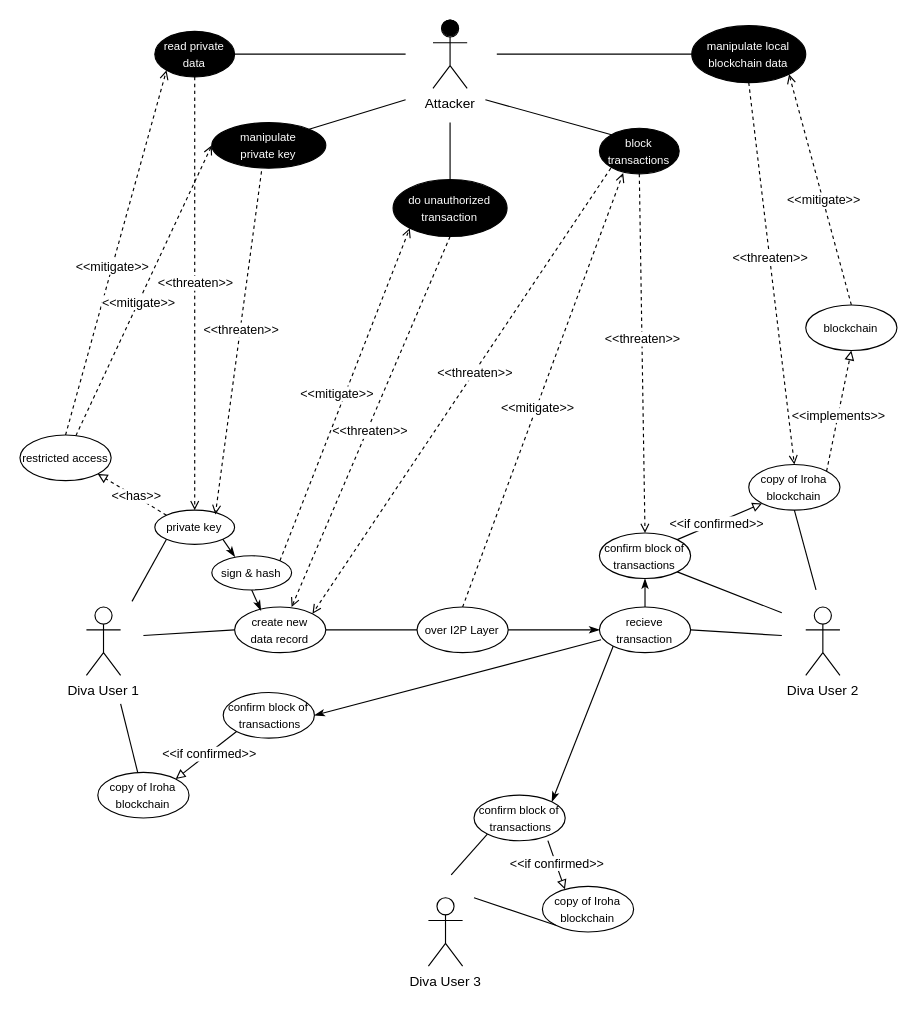
Above: AbuseCases.drawio in cailllev/Bachelor-Thesis (draw.io), before the change. Source tidied: cells renumbered, new cells numbered last; positions are measured from the earlier drawing's top-left corner, leaving out a move shared by most shapes. Both pictures are drawn from the tidied source at 114%, with x=0, y=0 at pixel (19, 19).
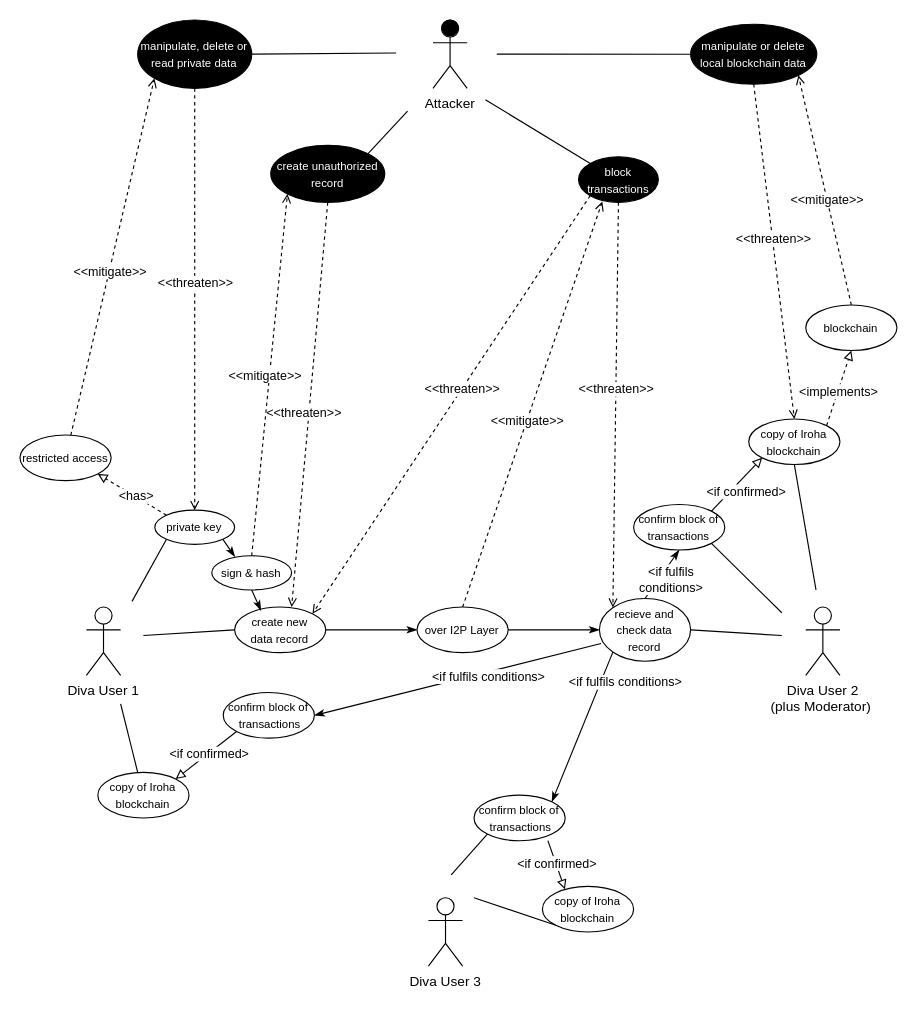
After the change.

Commit message (it also covers changes not shown here):
rework AbuseCases and DFD, add blueprint of ThreatModelling

Unchanged cells that the change refers to:
```xml
<mxCell id="6" value="&lt;span style=&quot;font-size: 10px&quot;&gt;private key&lt;/span&gt;" style="ellipse;whiteSpace=wrap;html=1;fillColor=#FFFFFF;" parent="1" vertex="1">
  <mxGeometry x="118.3" y="430" width="70" height="30" as="geometry" />
</mxCell>
<mxCell id="21" value="&lt;span style=&quot;font-size: 10px&quot;&gt;create new &lt;br&gt;data record&lt;/span&gt;" style="ellipse;whiteSpace=wrap;html=1;fillColor=#FFFFFF;" parent="1" vertex="1">
  <mxGeometry x="188.3" y="515" width="80" height="40" as="geometry" />
</mxCell>
<mxCell id="24" value="&lt;span style=&quot;font-size: 10px&quot;&gt;over I2P Layer&lt;/span&gt;" style="ellipse;whiteSpace=wrap;html=1;fillColor=#FFFFFF;" parent="1" vertex="1">
  <mxGeometry x="348.3" y="515" width="80" height="40" as="geometry" />
</mxCell>
<mxCell id="33" value="&lt;span style=&quot;font-size: 10px&quot;&gt;sign &amp;amp; hash&lt;/span&gt;" style="ellipse;whiteSpace=wrap;html=1;fillColor=#FFFFFF;" parent="1" vertex="1">
  <mxGeometry x="168.3" y="470" width="70" height="30" as="geometry" />
</mxCell>
<mxCell id="60" style="endArrow=block;html=1;dashed=1;entryX=0.5;entryY=1;entryDx=0;entryDy=0;endFill=0;exitX=1;exitY=0;exitDx=0;exitDy=0;" parent="1" edge="1" source="17" target="57">
  <mxGeometry relative="1" as="geometry" />
</mxCell>
<mxCell id="64" style="endArrow=block;html=1;dashed=1;entryX=1;entryY=1;entryDx=0;entryDy=0;endFill=0;exitX=0;exitY=0;exitDx=0;exitDy=0;" parent="1" edge="1" source="6" target="68">
  <mxGeometry relative="1" as="geometry" />
</mxCell>
<mxCell id="68" value="&lt;span style=&quot;font-size: 10px&quot;&gt;restricted access&lt;/span&gt;" style="ellipse;whiteSpace=wrap;html=1;fillColor=#FFFFFF;" parent="1" vertex="1">
  <mxGeometry y="364.1" width="80" height="40" as="geometry" />
</mxCell>
<mxCell id="69" style="endArrow=block;html=1;exitX=0.81;exitY=0.996;exitDx=0;exitDy=0;endFill=0;entryX=0.247;entryY=0.065;entryDx=0;entryDy=0;exitPerimeter=0;entryPerimeter=0;" parent="1" edge="1" source="47" target="45">
  <mxGeometry relative="1" as="geometry" />
</mxCell>
<mxCell id="71" style="endArrow=block;html=1;exitX=0;exitY=1;exitDx=0;exitDy=0;endFill=0;entryX=1;entryY=0;entryDx=0;entryDy=0;" parent="1" edge="1" source="49" target="7">
  <mxGeometry relative="1" as="geometry" />
</mxCell>
<mxCell id="73" style="endArrow=block;html=1;exitX=1;exitY=0;exitDx=0;exitDy=0;endFill=0;entryX=0;entryY=1;entryDx=0;entryDy=0;" parent="1" edge="1" source="50" target="17">
  <mxGeometry relative="1" as="geometry" />
</mxCell>
```

Diff of the diagram source:
```diff
@@
-    <mxCell id="10" style="endArrow=none;html=1;exitX=1;exitY=0.5;exitDx=0;exitDy=0;" parent="1" edge="1" source="27">
-      <mxGeometry relative="1" as="geometry">
-        <mxPoint x="338.3" y="30" as="targetPoint" />
-      </mxGeometry>
-    </mxCell>
-    <mxCell id="11" style="endArrow=none;html=1;exitX=1;exitY=0;exitDx=0;exitDy=0;" parent="1" edge="1" source="28">
+    <mxCell id="11" style="endArrow=none;html=1;exitX=1;exitY=0.5;exitDx=0;exitDy=0;" parent="1" edge="1" source="28">
       <mxGeometry relative="1" as="geometry">
-        <mxPoint x="338.3" y="70" as="targetPoint" />
+        <mxPoint x="330" y="29" as="targetPoint" />
       </mxGeometry>
     </mxCell>
@@
-    <mxCell id="13" style="endArrow=none;html=1;exitX=0.5;exitY=0;exitDx=0;exitDy=0;" parent="1" edge="1" source="30">
+    <mxCell id="13" style="endArrow=none;html=1;exitX=1;exitY=0;exitDx=0;exitDy=0;" parent="1" edge="1" source="30">
       <mxGeometry relative="1" as="geometry">
-        <mxPoint x="377.3" y="90" as="targetPoint" />
+        <mxPoint x="340" y="80" as="targetPoint" />
       </mxGeometry>
     </mxCell>
     <mxCell id="14" value="&lt;span style=&quot;font-size: 10px&quot;&gt;block transactions&lt;/span&gt;" style="ellipse;whiteSpace=wrap;html=1;fillColor=#000000;fontColor=#FFFFFF;" parent="1" vertex="1">
-      <mxGeometry x="508.3" y="95" width="70" height="40" as="geometry" />
+      <mxGeometry x="490" y="120" width="70" height="40" as="geometry" />
     </mxCell>
@@
-    <mxCell id="16" value="Diva User 2" style="shape=umlActor;verticalLabelPosition=bottom;verticalAlign=top;html=1;" parent="1" vertex="1">
+    <mxCell id="16" value="Diva User 2&lt;br&gt;(plus Moderator)&amp;nbsp;" style="shape=umlActor;verticalLabelPosition=bottom;verticalAlign=top;html=1;" parent="1" vertex="1">
       <mxGeometry x="689.3" y="515" width="30" height="60" as="geometry" />
     </mxCell>
     <mxCell id="17" value="&lt;span style=&quot;font-size: 10px&quot;&gt;copy of Iroha blockchain&lt;/span&gt;" style="ellipse;whiteSpace=wrap;html=1;fillColor=#FFFFFF;" parent="1" vertex="1">
-      <mxGeometry x="639.3" y="390" width="80" height="40" as="geometry" />
+      <mxGeometry x="639.3" y="350" width="80" height="40" as="geometry" />
     </mxCell>
@@
-    <mxCell id="19" value="&lt;span style=&quot;font-size: 10px&quot;&gt;recieve transaction&lt;/span&gt;" style="ellipse;whiteSpace=wrap;html=1;fillColor=#FFFFFF;" parent="1" vertex="1">
-      <mxGeometry x="508.3" y="515" width="80" height="40" as="geometry" />
+    <mxCell id="19" value="&lt;span style=&quot;font-size: 10px&quot;&gt;recieve and check data record&lt;/span&gt;" style="ellipse;whiteSpace=wrap;html=1;fillColor=#FFFFFF;" parent="1" vertex="1">
+      <mxGeometry x="508.3" y="507.5" width="80" height="55" as="geometry" />
     </mxCell>
@@
-    <mxCell id="23" style="endArrow=none;html=1;entryX=1;entryY=0.5;entryDx=0;entryDy=0;exitX=0;exitY=0.5;exitDx=0;exitDy=0;startArrow=classicThin;startFill=1;" parent="1" edge="1" source="19" target="21">
+    <mxCell id="23" style="endArrow=none;html=1;entryX=1;entryY=0.5;entryDx=0;entryDy=0;exitX=0;exitY=0.5;exitDx=0;exitDy=0;startArrow=classicThin;startFill=1;" parent="1" edge="1" source="24" target="21">
       <mxGeometry relative="1" as="geometry" />
     </mxCell>
@@
-    <mxCell id="25" style="endArrow=open;html=1;dashed=1;exitX=0.5;exitY=1;exitDx=0;exitDy=0;entryX=0.5;entryY=0;entryDx=0;entryDy=0;endFill=0;" parent="1" edge="1" source="14" target="50">
+    <mxCell id="25" style="endArrow=open;html=1;dashed=1;exitX=0.5;exitY=1;exitDx=0;exitDy=0;entryX=0;entryY=0;entryDx=0;entryDy=0;endFill=0;" parent="1" edge="1" source="14" target="19">
       <mxGeometry relative="1" as="geometry" />
     </mxCell>
@@
-    <mxCell id="27" value="&lt;span style=&quot;font-size: 10px&quot;&gt;read private data&lt;/span&gt;" style="ellipse;whiteSpace=wrap;html=1;fillColor=#000000;fontColor=#FFFFFF;" parent="1" vertex="1">
-      <mxGeometry x="118.3" y="10" width="70" height="40" as="geometry" />
-    </mxCell>
-    <mxCell id="28" value="&lt;span style=&quot;font-size: 10px&quot;&gt;manipulate &lt;br&gt;private key&lt;/span&gt;" style="ellipse;whiteSpace=wrap;html=1;fillColor=#000000;fontColor=#FFFFFF;" parent="1" vertex="1">
-      <mxGeometry x="168.3" y="90" width="100" height="40" as="geometry" />
+    <mxCell id="28" value="&lt;span style=&quot;font-size: 10px&quot;&gt;manipulate, delete or read&amp;nbsp;private data&lt;/span&gt;" style="ellipse;whiteSpace=wrap;html=1;fillColor=#000000;fontColor=#FFFFFF;" parent="1" vertex="1">
+      <mxGeometry x="103.3" width="100" height="60" as="geometry" />
     </mxCell>
-    <mxCell id="29" value="&lt;span style=&quot;font-size: 10px&quot;&gt;manipulate local blockchain data&lt;/span&gt;" style="ellipse;whiteSpace=wrap;html=1;fillColor=#000000;fontColor=#FFFFFF;" parent="1" vertex="1">
-      <mxGeometry x="589.3" y="5" width="100" height="50" as="geometry" />
+    <mxCell id="29" value="&lt;span style=&quot;font-size: 10px&quot;&gt;manipulate or delete local blockchain data&lt;/span&gt;" style="ellipse;whiteSpace=wrap;html=1;fillColor=#000000;fontColor=#FFFFFF;" parent="1" vertex="1">
+      <mxGeometry x="588.3" y="3.8" width="110.7" height="52.5" as="geometry" />
     </mxCell>
-    <mxCell id="30" value="&lt;span style=&quot;font-size: 10px&quot;&gt;do unauthorized transaction&lt;/span&gt;" style="ellipse;whiteSpace=wrap;html=1;fillColor=#000000;fontColor=#FFFFFF;" parent="1" vertex="1">
-      <mxGeometry x="327.3" y="140" width="100" height="50" as="geometry" />
+    <mxCell id="30" value="&lt;span style=&quot;font-size: 10px&quot;&gt;create unauthorized record&lt;/span&gt;" style="ellipse;whiteSpace=wrap;html=1;fillColor=#000000;fontColor=#FFFFFF;" parent="1" vertex="1">
+      <mxGeometry x="220" y="110" width="100" height="50" as="geometry" />
     </mxCell>
@@
-    <mxCell id="34" style="endArrow=open;html=1;dashed=1;entryX=1;entryY=0;entryDx=0;entryDy=0;endFill=0;" parent="1" edge="1" target="21">
-      <mxGeometry relative="1" as="geometry">
-        <mxPoint x="518.3" y="130" as="sourcePoint" />
-      </mxGeometry>
+    <mxCell id="34" style="endArrow=open;html=1;dashed=1;entryX=1;entryY=0;entryDx=0;entryDy=0;endFill=0;exitX=0;exitY=1;exitDx=0;exitDy=0;" parent="1" edge="1" source="14" target="21">
+      <mxGeometry relative="1" as="geometry" />
     </mxCell>
@@
-    <mxCell id="40" style="endArrow=open;html=1;dashed=1;exitX=1;exitY=0;exitDx=0;exitDy=0;entryX=0;entryY=1;entryDx=0;entryDy=0;endFill=0;" parent="1" edge="1" source="33" target="30">
+    <mxCell id="40" style="endArrow=open;html=1;dashed=1;exitX=0.5;exitY=0;exitDx=0;exitDy=0;entryX=0;entryY=1;entryDx=0;entryDy=0;endFill=0;" parent="1" edge="1" source="33" target="30">
       <mxGeometry relative="1" as="geometry" />
     </mxCell>
@@
-    <mxCell id="42" style="endArrow=open;html=1;dashed=1;exitX=0.5;exitY=1;exitDx=0;exitDy=0;entryX=0.5;entryY=0;entryDx=0;entryDy=0;endFill=0;" parent="1" edge="1" source="27" target="6">
-      <mxGeometry relative="1" as="geometry" />
-    </mxCell>
-    <mxCell id="43" value="&amp;lt;&amp;lt;threaten&amp;gt;&amp;gt;" style="edgeLabel;html=1;align=center;verticalAlign=middle;" parent="42" vertex="1">
-      <mxGeometry x="-0.08" relative="1" as="geometry">
-        <mxPoint y="5" as="offset" />
-      </mxGeometry>
-    </mxCell>
@@
     <mxCell id="50" value="&lt;span style=&quot;font-size: 10px&quot;&gt;confirm block of transactions&lt;/span&gt;" style="ellipse;whiteSpace=wrap;html=1;fillColor=#FFFFFF;" parent="1" vertex="1">
-      <mxGeometry x="508.3" y="450" width="80" height="40" as="geometry" />
+      <mxGeometry x="538.3" y="425" width="80" height="40" as="geometry" />
     </mxCell>
@@
-    <mxCell id="61" value="&amp;lt;&amp;lt;implements&amp;gt;&amp;gt;" style="edgeLabel;html=1;align=center;verticalAlign=middle;" parent="60" vertex="1">
+    <mxCell id="61" value="&amp;lt;implements&amp;gt;" style="edgeLabel;html=1;align=center;verticalAlign=middle;" parent="60" vertex="1">
       <mxGeometry x="-0.08" relative="1" as="geometry" />
     </mxCell>
-    <mxCell id="62" style="endArrow=open;html=1;dashed=1;exitX=0.436;exitY=1.069;exitDx=0;exitDy=0;entryX=0.759;entryY=0.124;entryDx=0;entryDy=0;endFill=0;exitPerimeter=0;entryPerimeter=0;" parent="1" edge="1" source="28" target="6">
+    <mxCell id="62" style="endArrow=open;html=1;dashed=1;exitX=0.5;exitY=1;exitDx=0;exitDy=0;entryX=0.5;entryY=0;entryDx=0;entryDy=0;endFill=0;" parent="1" edge="1" source="28" target="6">
       <mxGeometry relative="1" as="geometry" />
     </mxCell>
@@
-    <mxCell id="65" value="&amp;lt;&amp;lt;has&amp;gt;&amp;gt;" style="edgeLabel;html=1;align=center;verticalAlign=middle;" parent="64" vertex="1">
+    <mxCell id="65" value="&amp;lt;has&amp;gt;" style="edgeLabel;html=1;align=center;verticalAlign=middle;" parent="64" vertex="1">
       <mxGeometry x="-0.08" relative="1" as="geometry" />
     </mxCell>
-    <mxCell id="66" style="endArrow=open;html=1;dashed=1;exitX=0.5;exitY=0;exitDx=0;exitDy=0;entryX=0;entryY=1;entryDx=0;entryDy=0;endFill=0;" parent="1" edge="1" source="68" target="27">
-      <mxGeometry relative="1" as="geometry" />
-    </mxCell>
-    <mxCell id="67" value="&amp;lt;&amp;lt;mitigate&amp;gt;&amp;gt;" style="edgeLabel;html=1;align=center;verticalAlign=middle;" parent="66" vertex="1">
-      <mxGeometry x="-0.08" relative="1" as="geometry" />
-    </mxCell>
@@
-    <mxCell id="70" value="&amp;lt;&amp;lt;if confirmed&amp;gt;&amp;gt;" style="edgeLabel;html=1;align=center;verticalAlign=middle;" parent="69" vertex="1">
+    <mxCell id="70" value="&amp;lt;if confirmed&amp;gt;" style="edgeLabel;html=1;align=center;verticalAlign=middle;" parent="69" vertex="1">
       <mxGeometry x="-0.08" relative="1" as="geometry" />
     </mxCell>
@@
-    <mxCell id="72" value="&amp;lt;&amp;lt;if confirmed&amp;gt;&amp;gt;" style="edgeLabel;html=1;align=center;verticalAlign=middle;" parent="71" vertex="1">
+    <mxCell id="72" value="&amp;lt;if confirmed&amp;gt;" style="edgeLabel;html=1;align=center;verticalAlign=middle;" parent="71" vertex="1">
       <mxGeometry x="-0.08" relative="1" as="geometry" />
     </mxCell>
@@
-    <mxCell id="74" value="&amp;lt;&amp;lt;if confirmed&amp;gt;&amp;gt;" style="edgeLabel;html=1;align=center;verticalAlign=middle;" parent="73" vertex="1">
-      <mxGeometry x="-0.08" relative="1" as="geometry" />
+    <mxCell id="74" value="&amp;lt;if confirmed&amp;gt;" style="edgeLabel;html=1;align=center;verticalAlign=middle;" parent="73" vertex="1">
+      <mxGeometry x="-0.08" relative="1" as="geometry">
+        <mxPoint x="9.2" y="4.1" as="offset" />
+      </mxGeometry>
     </mxCell>
-    <mxCell id="75" style="endArrow=open;html=1;dashed=1;entryX=0;entryY=0.5;entryDx=0;entryDy=0;endFill=0;" parent="1" edge="1" source="68" target="28">
+    <mxCell id="75" style="endArrow=open;html=1;dashed=1;entryX=0;entryY=1;entryDx=0;entryDy=0;endFill=0;" parent="1" edge="1" source="68" target="28">
       <mxGeometry relative="1" as="geometry" />
     </mxCell>
@@
+    <mxCell id="77" value="&amp;lt;if fulfils &lt;br&gt;conditions&amp;gt;" style="edgeLabel;html=1;align=center;verticalAlign=middle;" parent="1" vertex="1">
+      <mxGeometry x="570" y="490" as="geometry" />
+    </mxCell>
+    <mxCell id="78" value="&amp;lt;if fulfils conditions&amp;gt;" style="edgeLabel;html=1;align=center;verticalAlign=middle;" parent="1" vertex="1">
+      <mxGeometry x="530" y="580" as="geometry" />
+    </mxCell>
+    <mxCell id="79" value="&amp;lt;if fulfils conditions&amp;gt;" style="edgeLabel;html=1;align=center;verticalAlign=middle;" parent="1" vertex="1">
+      <mxGeometry x="410" y="575" as="geometry" />
+    </mxCell>
+    <mxCell id="80" style="endArrow=none;html=1;entryX=1;entryY=0.5;entryDx=0;entryDy=0;exitX=0;exitY=0.5;exitDx=0;exitDy=0;startArrow=classicThin;startFill=1;" parent="1" edge="1" source="19" target="24">
+      <mxGeometry relative="1" as="geometry" />
+    </mxCell>
```
